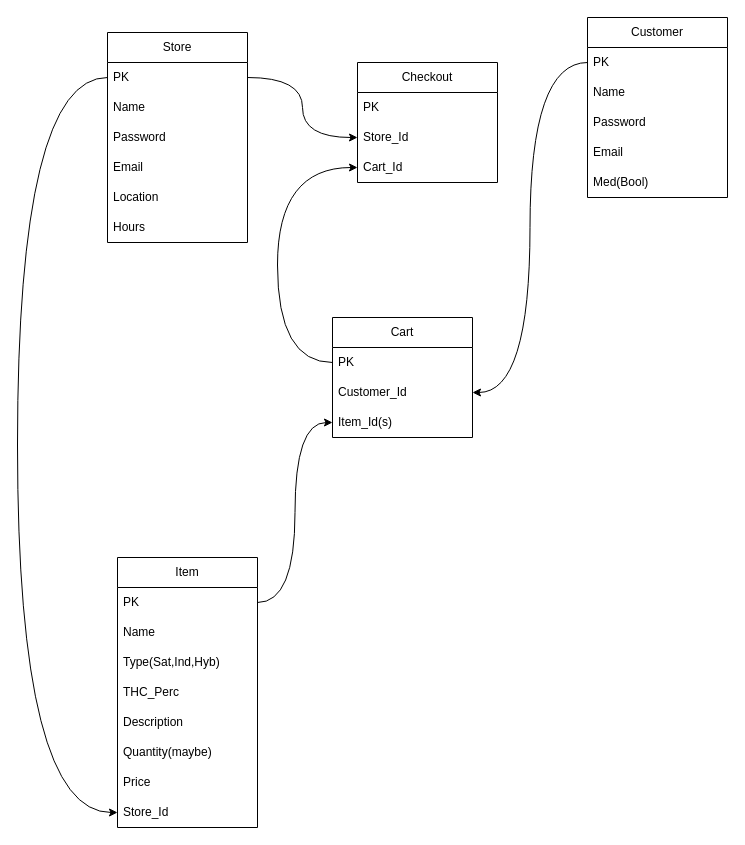
Before: page "Schema" (1 of 3) of Drawings.drawio in Hello32Chris/CRUD-E-Games, a draw.io diagram. Source tidied: cells renumbered, new cells numbered last; positions are measured from the earlier drawing's top-left corner, leaving out a move shared by most shapes. Both pictures are drawn from the tidied source at 100%, with x=0, y=0 at pixel (17, 17).
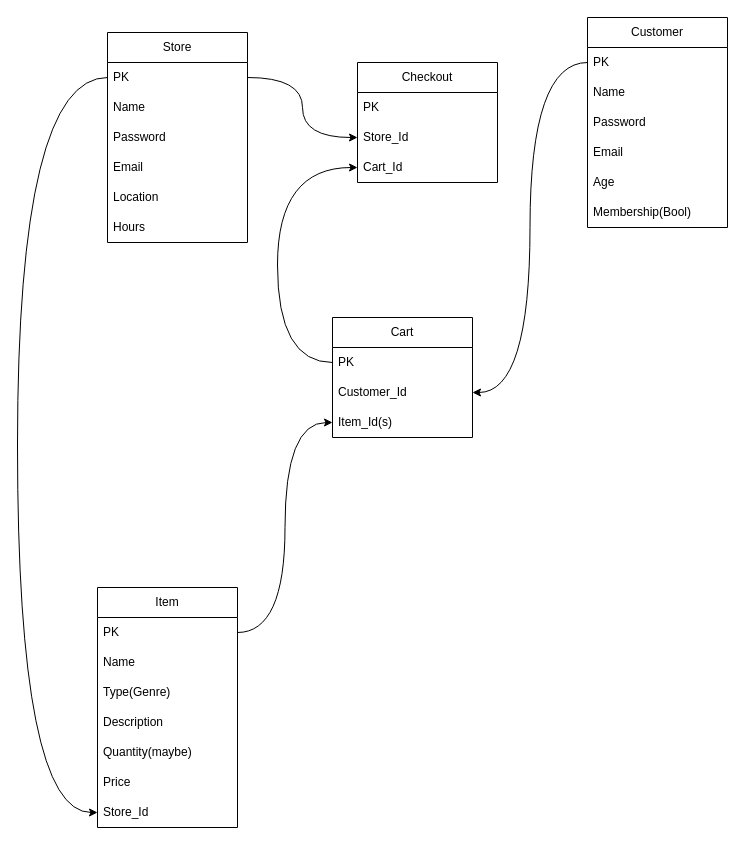
Above is the later version.

The edit, as a diff of the source:
```diff
@@
     <mxCell id="2" value="Item" style="swimlane;fontStyle=0;horizontal=1;startSize=30;whiteSpace=wrap;html=1;" parent="1" vertex="1">
-      <mxGeometry x="100" y="540" width="140" height="270" as="geometry" />
+      <mxGeometry x="80" y="570" width="140" height="240" as="geometry" />
     </mxCell>
@@
-    <mxCell id="5" value="Type(Sat,Ind,Hyb)" style="text;strokeColor=none;fillColor=none;align=left;verticalAlign=middle;spacingLeft=4;spacingRight=4;overflow=hidden;whiteSpace=wrap;html=1;" parent="2" vertex="1">
+    <mxCell id="5" value="Type(Genre)" style="text;strokeColor=none;fillColor=none;align=left;verticalAlign=middle;spacingLeft=4;spacingRight=4;overflow=hidden;whiteSpace=wrap;html=1;" parent="2" vertex="1">
       <mxGeometry y="90" width="140" height="30" as="geometry" />
     </mxCell>
-    <mxCell id="6" value="THC_Perc" style="text;strokeColor=none;fillColor=none;align=left;verticalAlign=middle;spacingLeft=4;spacingRight=4;overflow=hidden;whiteSpace=wrap;html=1;" parent="2" vertex="1">
-      <mxGeometry y="120" width="140" height="30" as="geometry" />
-    </mxCell>
     <mxCell id="7" value="Description" style="text;strokeColor=none;fillColor=none;align=left;verticalAlign=middle;spacingLeft=4;spacingRight=4;overflow=hidden;whiteSpace=wrap;html=1;" parent="2" vertex="1">
-      <mxGeometry y="150" width="140" height="30" as="geometry" />
+      <mxGeometry y="120" width="140" height="30" as="geometry" />
     </mxCell>
     <mxCell id="8" value="Quantity(maybe)" style="text;strokeColor=none;fillColor=none;align=left;verticalAlign=middle;spacingLeft=4;spacingRight=4;overflow=hidden;whiteSpace=wrap;html=1;" parent="2" vertex="1">
-      <mxGeometry y="180" width="140" height="30" as="geometry" />
+      <mxGeometry y="150" width="140" height="30" as="geometry" />
     </mxCell>
     <mxCell id="9" value="Price" style="text;strokeColor=none;fillColor=none;align=left;verticalAlign=middle;spacingLeft=4;spacingRight=4;overflow=hidden;whiteSpace=wrap;html=1;" parent="2" vertex="1">
-      <mxGeometry y="210" width="140" height="30" as="geometry" />
+      <mxGeometry y="180" width="140" height="30" as="geometry" />
     </mxCell>
     <mxCell id="10" value="Store_Id" style="text;strokeColor=none;fillColor=none;align=left;verticalAlign=middle;spacingLeft=4;spacingRight=4;overflow=hidden;points=[[0,0.5],[1,0.5]];portConstraint=eastwest;whiteSpace=wrap;html=1;" parent="2" vertex="1">
-      <mxGeometry y="240" width="140" height="30" as="geometry" />
+      <mxGeometry y="210" width="140" height="30" as="geometry" />
     </mxCell>
     <mxCell id="11" value="Customer" style="swimlane;fontStyle=0;horizontal=1;startSize=30;whiteSpace=wrap;html=1;" parent="1" vertex="1">
-      <mxGeometry x="570" width="140" height="180" as="geometry" />
+      <mxGeometry x="570" width="140" height="210" as="geometry" />
     </mxCell>
@@
-    <mxCell id="16" value="Med(Bool)" style="text;strokeColor=none;fillColor=none;align=left;verticalAlign=middle;spacingLeft=4;spacingRight=4;overflow=hidden;whiteSpace=wrap;html=1;" parent="11" vertex="1">
+    <mxCell id="16" value="Age" style="text;strokeColor=none;fillColor=none;align=left;verticalAlign=middle;spacingLeft=4;spacingRight=4;overflow=hidden;whiteSpace=wrap;html=1;" parent="11" vertex="1">
       <mxGeometry y="150" width="140" height="30" as="geometry" />
     </mxCell>
+    <mxCell id="37" value="Membership(Bool)" style="text;strokeColor=none;fillColor=none;align=left;verticalAlign=middle;spacingLeft=4;spacingRight=4;overflow=hidden;whiteSpace=wrap;html=1;" parent="11" vertex="1">
+      <mxGeometry y="180" width="140" height="30" as="geometry" />
+    </mxCell>
```
